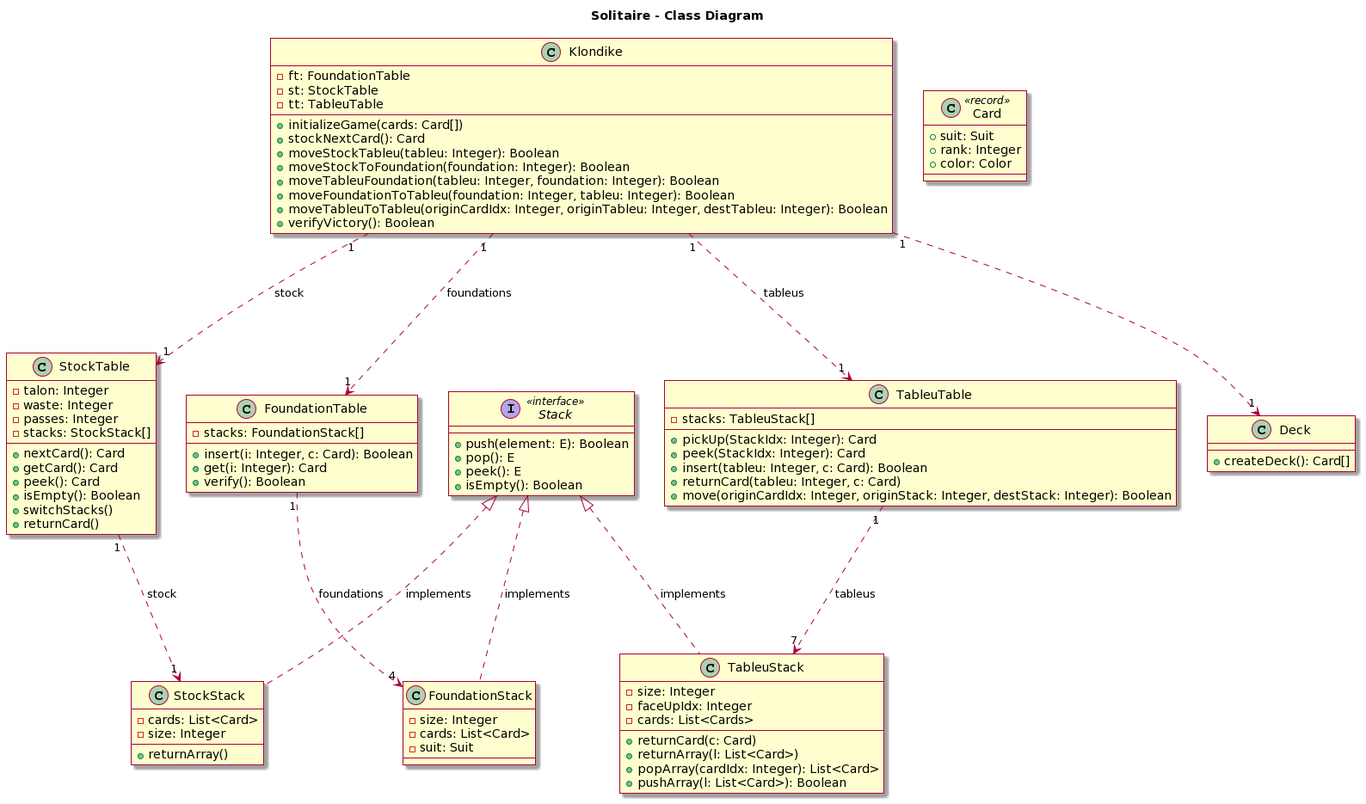
Before: Solitario/doc/class-diagram.png, a diagram exported from PlantUML (FacundoXu/Solitario). Source of this version:
```plantuml
@startuml
skin rose

title Solitaire - Class Diagram

class Klondike {
-ft: FoundationTable
-st: StockTable
-tt: TableuTable
+initializeGame(cards: Card[])
+stockNextCard(): Card
+moveStockTableu(tableu: Integer): Boolean
+moveStockToFoundation(foundation: Integer): Boolean
+moveTableuFoundation(tableu: Integer, foundation: Integer): Boolean
+moveFoundationToTableu(foundation: Integer, tableu: Integer): Boolean
+moveTableuToTableu(originCardIdx: Integer, originTableu: Integer, destTableu: Integer): Boolean
+verifyVictory(): Boolean
}

class FoundationTable {
-stacks: FoundationStack[]
+insert(i: Integer, c: Card): Boolean
+get(i: Integer): Card
+verify(): Boolean
}

class FoundationStack {
-size: Integer
-cards: List<Card>
-suit: Suit
}

class StockTable {
-talon: Integer
-waste: Integer
-passes: Integer
-stacks: StockStack[]
+nextCard(): Card
+getCard(): Card
+peek(): Card
+isEmpty(): Boolean
+switchStacks()
+returnCard()
}

class StockStack {
-cards: List<Card>
-size: Integer
+returnArray()
}

class TableuTable {
-stacks: TableuStack[]
+pickUp(StackIdx: Integer): Card
+peek(StackIdx: Integer): Card
+insert(tableu: Integer, c: Card): Boolean
+returnCard(tableu: Integer, c: Card)
+move(originCardIdx: Integer, originStack: Integer, destStack: Integer): Boolean
}

class TableuStack {
-size: Integer
-faceUpIdx: Integer
-cards: List<Cards>
+returnCard(c: Card)
+returnArray(l: List<Card>)
+popArray(cardIdx: Integer): List<Card>
+pushArray(l: List<Card>): Boolean
}

class Deck {
+createDeck(): Card[]
}

class Card <<record>> {
+suit: Suit
+rank: Integer
+color: Color
}

interface Stack <<interface>> {
+push(element: E): Boolean
+pop(): E
+peek(): E
+isEmpty(): Boolean
}

Stack <|.-- FoundationStack: implements
Stack <|.-- StockStack: implements
Stack <|.-- TableuStack: implements

FoundationTable "1" .--> "4" FoundationStack: foundations
StockTable "1" .--> "1" StockStack: stock
TableuTable "1" .--> "7" TableuStack: tableus

Klondike "1" .--> "1" Deck
Klondike "1" .--> "1" FoundationTable: foundations
Klondike "1" .--> "1" StockTable: stock
Klondike "1" .--> "1" TableuTable: tableus
@enduml
```
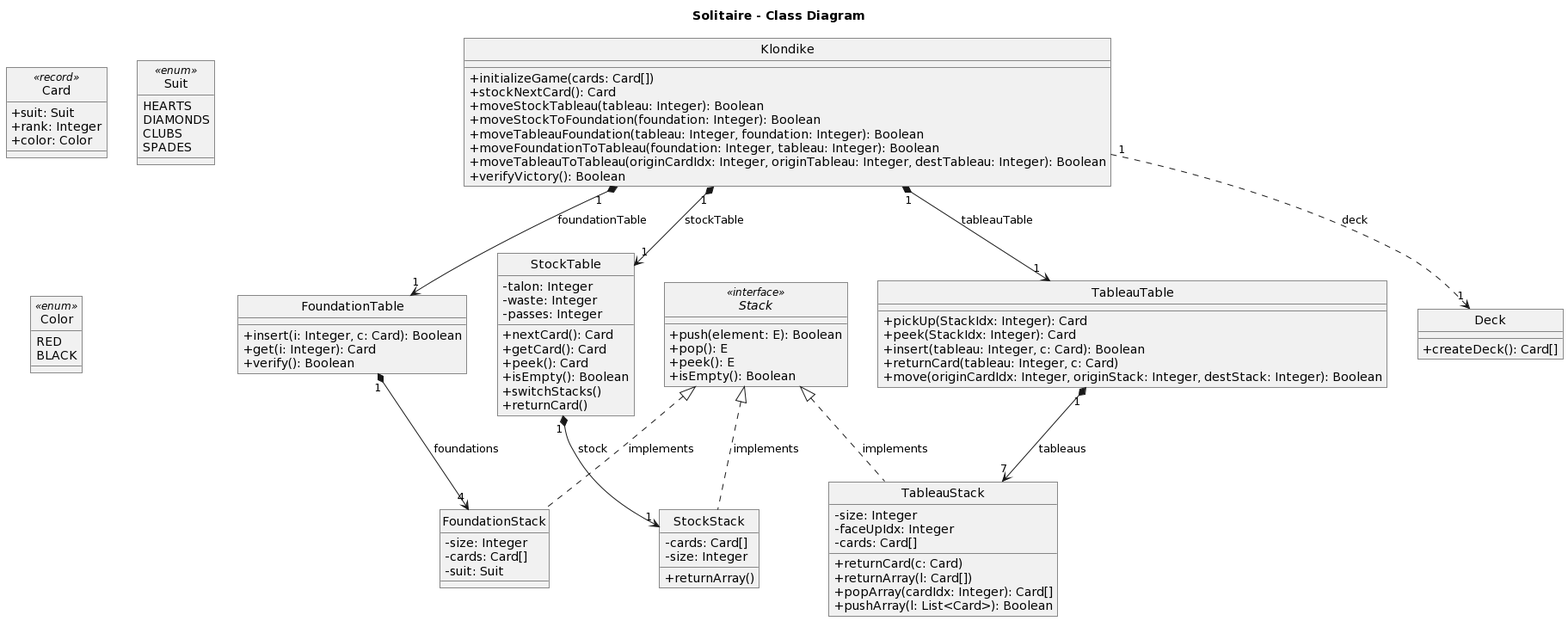
After the commit.

Commit message:
class dragram updated

Change to the diagram source:
```diff
@@ -1,24 +1,26 @@
 @startuml
-skin rose
+hide circle
+
+skinparam monochrome true
+
+skinparam classAttributeIconSize 0
+
+skinparam roundcorner 0
 
 title Solitaire - Class Diagram
 
 class Klondike {
--ft: FoundationTable
--st: StockTable
--tt: TableuTable
 +initializeGame(cards: Card[])
 +stockNextCard(): Card
-+moveStockTableu(tableu: Integer): Boolean
++moveStockTableau(tableau: Integer): Boolean
 +moveStockToFoundation(foundation: Integer): Boolean
-+moveTableuFoundation(tableu: Integer, foundation: Integer): Boolean
-+moveFoundationToTableu(foundation: Integer, tableu: Integer): Boolean
-+moveTableuToTableu(originCardIdx: Integer, originTableu: Integer, destTableu: Integer): Boolean
++moveTableauFoundation(tableau: Integer, foundation: Integer): Boolean
++moveFoundationToTableau(foundation: Integer, tableau: Integer): Boolean
++moveTableauToTableau(originCardIdx: Integer, originTableau: Integer, destTableau: Integer): Boolean
 +verifyVictory(): Boolean
 }
 
 class FoundationTable {
--stacks: FoundationStack[]
 +insert(i: Integer, c: Card): Boolean
 +get(i: Integer): Card
 +verify(): Boolean
@@ -26,7 +28,7 @@
 
 class FoundationStack {
 -size: Integer
--cards: List<Card>
+-cards: Card[]
 -suit: Suit
 }
 
@@ -34,7 +36,6 @@
 -talon: Integer
 -waste: Integer
 -passes: Integer
--stacks: StockStack[]
 +nextCard(): Card
 +getCard(): Card
 +peek(): Card
@@ -44,28 +45,34 @@
 }
 
 class StockStack {
--cards: List<Card>
+-cards: Card[]
 -size: Integer
 +returnArray()
 }
 
-class TableuTable {
--stacks: TableuStack[]
+class TableauTable {
 +pickUp(StackIdx: Integer): Card
 +peek(StackIdx: Integer): Card
-+insert(tableu: Integer, c: Card): Boolean
-+returnCard(tableu: Integer, c: Card)
++insert(tableau: Integer, c: Card): Boolean
++returnCard(tableau: Integer, c: Card)
 +move(originCardIdx: Integer, originStack: Integer, destStack: Integer): Boolean
 }
 
-class TableuStack {
+class TableauStack {
 -size: Integer
 -faceUpIdx: Integer
--cards: List<Cards>
+-cards: Card[]
 +returnCard(c: Card)
-+returnArray(l: List<Card>)
-+popArray(cardIdx: Integer): List<Card>
++returnArray(l: Card[])
++popArray(cardIdx: Integer): Card[]
 +pushArray(l: List<Card>): Boolean
+}
+
+interface Stack <<interface>> {
++push(element: E): Boolean
++pop(): E
++peek(): E
++isEmpty(): Boolean
 }
 
 class Deck {
@@ -78,23 +85,28 @@
 +color: Color
 }
 
-interface Stack <<interface>> {
-+push(element: E): Boolean
-+pop(): E
-+peek(): E
-+isEmpty(): Boolean
+enum Suit <<enum>> {
+  HEARTS
+  DIAMONDS
+  CLUBS
+  SPADES
 }
 
-Stack <|.-- FoundationStack: implements
-Stack <|.-- StockStack: implements
-Stack <|.-- TableuStack: implements
+enum Color <<enum>> {
+  RED
+  BLACK
+}
 
-FoundationTable "1" .--> "4" FoundationStack: foundations
-StockTable "1" .--> "1" StockStack: stock
-TableuTable "1" .--> "7" TableuStack: tableus
+Stack <|.- FoundationStack: implements
+Stack <|.- StockStack: implements
+Stack <|.- TableauStack: implements
 
-Klondike "1" .--> "1" Deck
-Klondike "1" .--> "1" FoundationTable: foundations
-Klondike "1" .--> "1" StockTable: stock
-Klondike "1" .--> "1" TableuTable: tableus
+FoundationTable "1" *--> "4" FoundationStack: foundations
+StockTable "1" *--> "1" StockStack: stock
+TableauTable "1" *--> "7" TableauStack: tableaus
+
+Klondike "1" .-> "1" Deck: deck
+Klondike "1" *--> "1" FoundationTable: foundationTable
+Klondike "1" *--> "1" StockTable: stockTable
+Klondike "1" *--> "1" TableauTable: tableauTable
 @enduml
```
